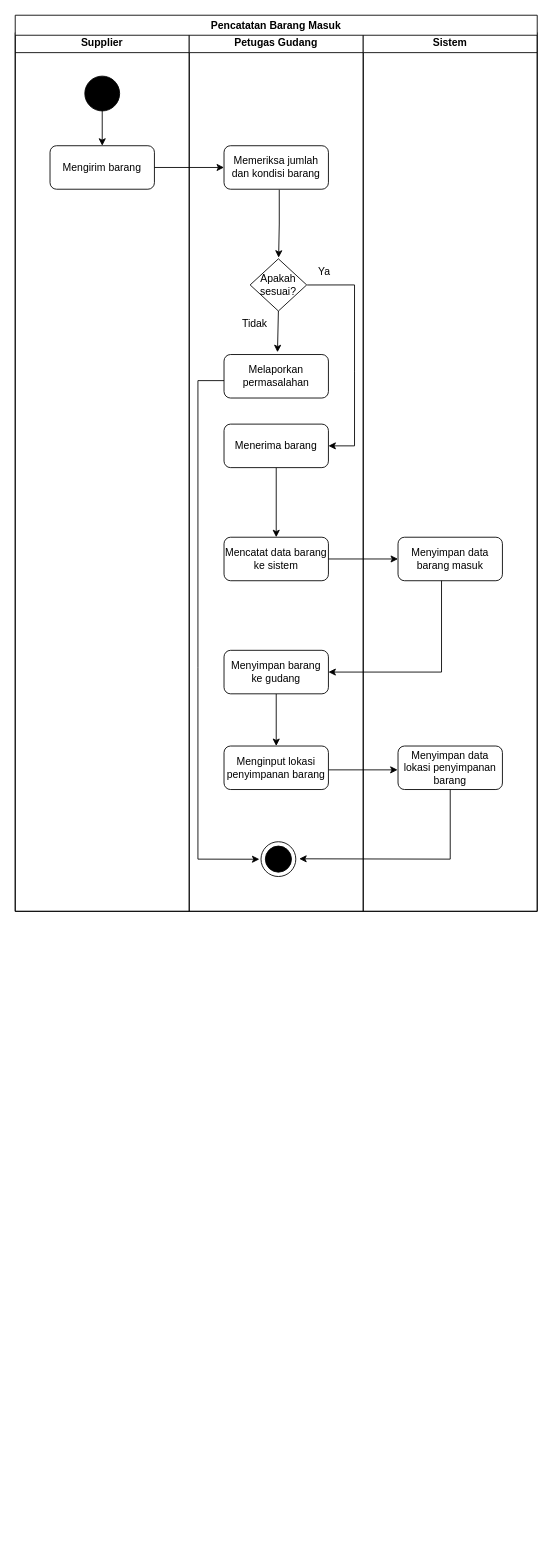
Earlier version of the draw.io diagram page "Activity Diagram" (3 of 4) of Diagram Tanpa Judul.drawio (paizzt/news.website). Source tidied: cells renumbered, new cells numbered last; positions are measured from the earlier drawing's top-left corner, leaving out a move shared by most shapes. Both pictures are drawn from the tidied source at 87%, with x=0, y=0 at pixel (15, 15).
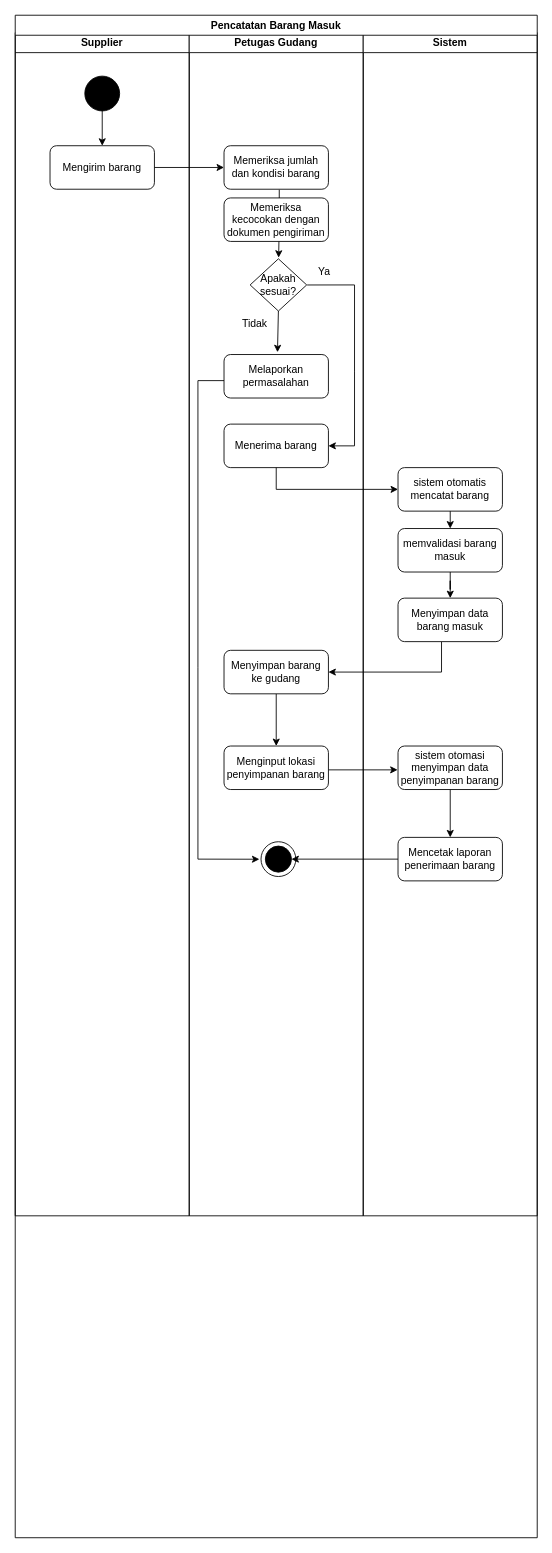
The same page after the edit.

Unchanged cells that the change refers to:
```xml
<mxCell id="8" value="Memeriksa jumlah dan kondisi barang" style="rounded=1;whiteSpace=wrap;html=1;" parent="6" vertex="1">
  <mxGeometry x="40" y="130" width="120" height="50" as="geometry" />
</mxCell>
<mxCell id="12" value="Menerima barang" style="rounded=1;whiteSpace=wrap;html=1;" parent="6" vertex="1">
  <mxGeometry x="40" y="450" width="120" height="50" as="geometry" />
</mxCell>
<mxCell id="20" value="Apakah sesuai?" style="rhombus;whiteSpace=wrap;html=1;" parent="6" vertex="1">
  <mxGeometry x="70" y="260" width="65" height="60" as="geometry" />
</mxCell>
<mxCell id="22" style="ellipse;whiteSpace=wrap;html=1;fillColor=#FFFFFF;strokeColor=default;" parent="6" vertex="1">
  <mxGeometry x="82.5" y="930" width="40" height="40" as="geometry" />
</mxCell>
<mxCell id="23" style="ellipse;whiteSpace=wrap;html=1;fillColor=#000000;strokeColor=default;" parent="6" vertex="1">
  <mxGeometry x="87.5" y="935" width="30" height="30" as="geometry" />
</mxCell>
```

What changed in the source:
```diff
@@
     <mxCell id="2" value="Supplier" style="swimlane;whiteSpace=wrap;html=1;" parent="1" vertex="1">
-      <mxGeometry y="20" width="200" height="1010" as="geometry" />
+      <mxGeometry y="20" width="200" height="1360" as="geometry" />
     </mxCell>
@@
     <mxCell id="6" value="Petugas Gudang" style="swimlane;whiteSpace=wrap;html=1;" parent="1" vertex="1">
-      <mxGeometry x="200" y="20" width="200" height="1010" as="geometry" />
+      <mxGeometry x="200" y="20" width="200" height="1360" as="geometry" />
     </mxCell>
     <mxCell id="7" style="edgeStyle=orthogonalEdgeStyle;rounded=0;jettySize=auto;html=1;entryX=0.504;entryY=-0.022;entryDx=0;entryDy=0;entryPerimeter=0;exitX=0.529;exitY=1.01;exitDx=0;exitDy=0;exitPerimeter=0;" parent="6" edge="1" source="8" target="20">
-      <mxGeometry relative="1" as="geometry" />
+      <mxGeometry relative="1" as="geometry">
+        <Array as="points">
+          <mxPoint x="104" y="220" />
+          <mxPoint x="103" y="220" />
+        </Array>
+      </mxGeometry>
     </mxCell>
@@
-    <mxCell id="11" style="edgeStyle=orthogonalEdgeStyle;rounded=0;jettySize=auto;html=1;" parent="6" edge="1" source="12" target="15">
-      <mxGeometry relative="1" as="geometry" />
-    </mxCell>
@@
-    <mxCell id="15" value="Mencatat data barang ke sistem" style="rounded=1;whiteSpace=wrap;html=1;" parent="6" vertex="1">
-      <mxGeometry x="40" y="580" width="120" height="50" as="geometry" />
-    </mxCell>
@@
     <mxCell id="24" value="Sistem" style="swimlane;whiteSpace=wrap;html=1;" parent="1" vertex="1">
-      <mxGeometry x="400" y="20" width="200" height="1010" as="geometry" />
+      <mxGeometry x="400" y="20" width="200" height="1360" as="geometry" />
     </mxCell>
-    <mxCell id="25" value="Menyimpan data barang masuk" style="rounded=1;whiteSpace=wrap;html=1;" parent="24" vertex="1">
-      <mxGeometry x="40" y="580" width="120" height="50" as="geometry" />
-    </mxCell>
-    <mxCell id="26" value="Menyimpan data lokasi penyimpanan barang" style="rounded=1;whiteSpace=wrap;html=1;" parent="24" vertex="1">
-      <mxGeometry x="40" y="820" width="120" height="50" as="geometry" />
-    </mxCell>
-    <mxCell id="27" style="endArrow=classic;html=1;rounded=0;entryX=1.098;entryY=0.491;entryDx=0;entryDy=0;entryPerimeter=0;" parent="24" edge="1" target="22">
-      <mxGeometry relative="1" as="geometry">
-        <mxPoint x="100" y="870" as="sourcePoint" />
-        <Array as="points">
-          <mxPoint x="100" y="950" />
-        </Array>
-      </mxGeometry>
-    </mxCell>
@@
-    <mxCell id="29" style="edgeStyle=orthogonalEdgeStyle;rounded=0;jettySize=auto;html=1;" parent="1" edge="1" source="15" target="25">
-      <mxGeometry relative="1" as="geometry" />
-    </mxCell>
@@
     <mxCell id="32" value="Pencatatan Barang Masuk" style="swimlane;" parent="1" vertex="1">
-      <mxGeometry width="600" height="1030" as="geometry" />
+      <mxGeometry width="600" height="1750" as="geometry" />
     </mxCell>
+    <mxCell id="15" value="sistem otomatis mencatat barang" style="rounded=1;whiteSpace=wrap;html=1;" parent="32" vertex="1">
+      <mxGeometry x="440" y="520" width="120" height="50" as="geometry" />
+    </mxCell>
+    <mxCell id="25" value="Menyimpan data barang masuk" style="rounded=1;whiteSpace=wrap;html=1;" parent="32" vertex="1">
+      <mxGeometry x="440" y="670" width="120" height="50" as="geometry" />
+    </mxCell>
+    <mxCell id="29" style="edgeStyle=orthogonalEdgeStyle;rounded=0;jettySize=auto;html=1;exitX=0.5;exitY=1;exitDx=0;exitDy=0;" parent="32" edge="1" source="34" target="25">
+      <mxGeometry relative="1" as="geometry" />
+    </mxCell>
+    <mxCell id="26" value="sistem otomasi menyimpan data penyimpanan barang" style="rounded=1;whiteSpace=wrap;html=1;" parent="32" vertex="1">
+      <mxGeometry x="440" y="840" width="120" height="50" as="geometry" />
+    </mxCell>
+    <mxCell id="33" value="Memeriksa kecocokan dengan dokumen pengiriman" style="rounded=1;whiteSpace=wrap;html=1;" parent="32" vertex="1">
+      <mxGeometry x="240" y="210" width="120" height="50" as="geometry" />
+    </mxCell>
+    <mxCell id="34" value="memvalidasi barang masuk" style="rounded=1;whiteSpace=wrap;html=1;" parent="32" vertex="1">
+      <mxGeometry x="440" y="590" width="120" height="50" as="geometry" />
+    </mxCell>
+    <mxCell id="35" value="Mencetak laporan penerimaan barang" style="rounded=1;whiteSpace=wrap;html=1;" parent="32" vertex="1">
+      <mxGeometry x="440" y="945" width="120" height="50" as="geometry" />
+    </mxCell>
+    <mxCell id="36" style="endArrow=classic;html=1;rounded=0;entryX=0.5;entryY=0;entryDx=0;entryDy=0;exitX=0.5;exitY=1;exitDx=0;exitDy=0;" parent="32" edge="1" source="26" target="35">
+      <mxGeometry relative="1" as="geometry" />
+    </mxCell>
+    <mxCell id="11" style="edgeStyle=orthogonalEdgeStyle;rounded=0;jettySize=auto;html=1;exitX=0.5;exitY=1;exitDx=0;exitDy=0;" parent="1" edge="1" source="12" target="15">
+      <mxGeometry relative="1" as="geometry" />
+    </mxCell>
+    <mxCell id="37" style="edgeStyle=orthogonalEdgeStyle;rounded=0;jettySize=auto;html=1;exitX=0.5;exitY=1;exitDx=0;exitDy=0;" parent="1" edge="1" source="15">
+      <mxGeometry relative="1" as="geometry">
+        <mxPoint x="500" y="590" as="targetPoint" />
+      </mxGeometry>
+    </mxCell>
+    <mxCell id="38" style="endArrow=classic;html=1;rounded=0;entryX=1;entryY=0.5;entryDx=0;entryDy=0;exitX=0;exitY=0.5;exitDx=0;exitDy=0;" parent="1" edge="1" source="35" target="23">
+      <mxGeometry relative="1" as="geometry" />
+    </mxCell>
```
